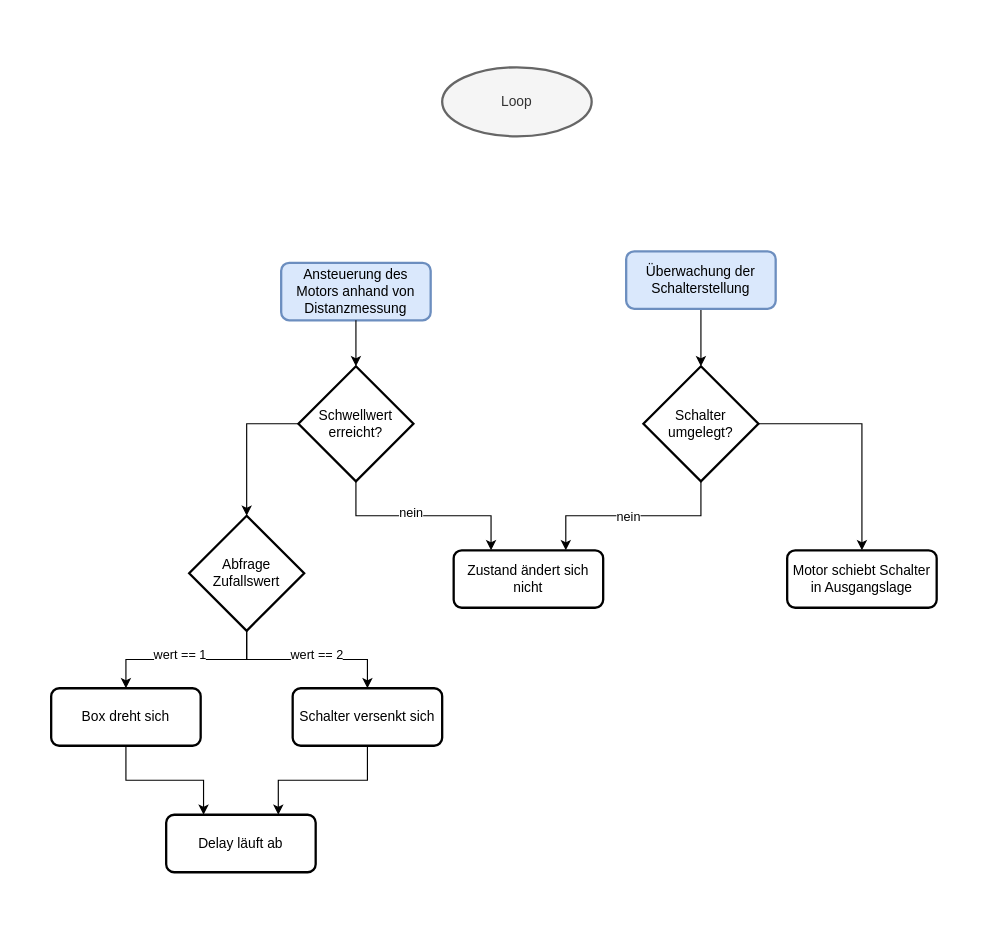
This is page "loop" (3 of 3) of doku/flowChart_useless.drawio from FyDucky/UselessBox, a draw.io file, before an edit. Source tidied: cells renumbered, new cells numbered last; positions are measured from the earlier drawing's top-left corner, leaving out a move shared by most shapes. Both pictures are drawn from the tidied source at 115%, with x=0, y=0 at pixel (51, 67).
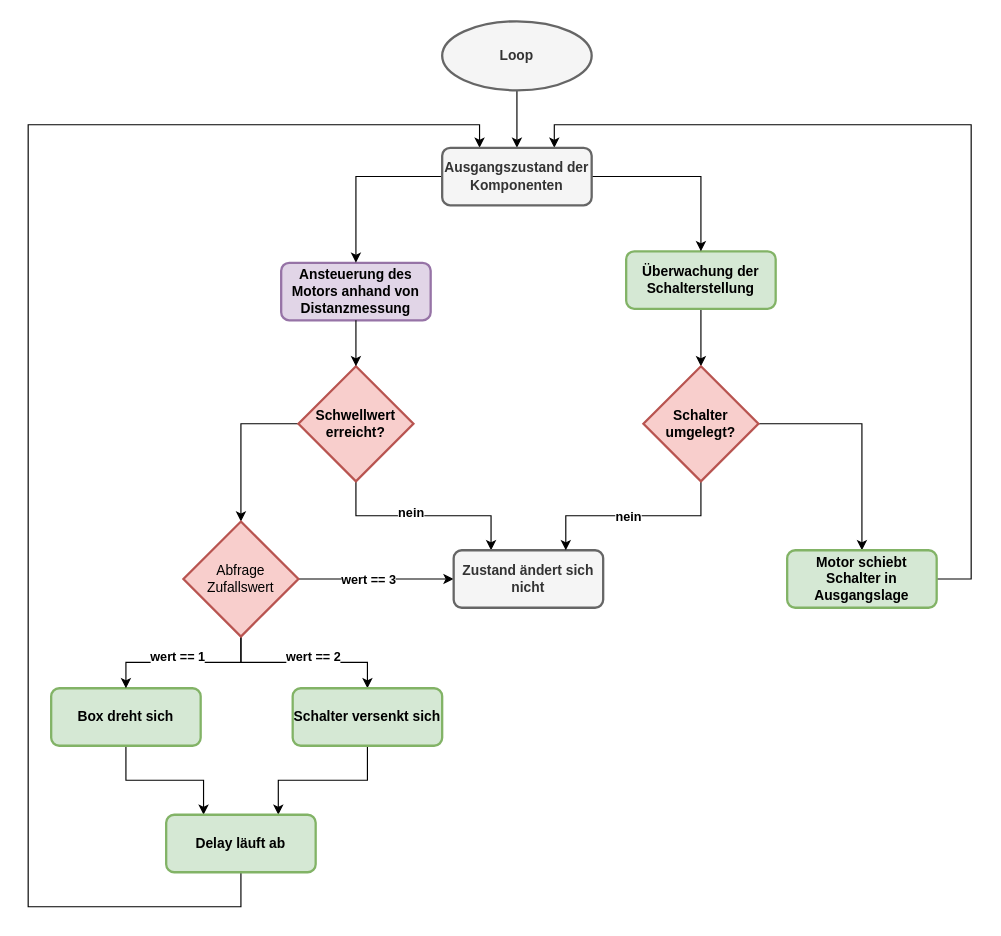
The same diagram, later.

Unchanged cells that the change refers to:
```xml
<mxCell id="6" style="edgeStyle=orthogonalEdgeStyle;rounded=0;jettySize=auto;html=1;exitX=0.5;exitY=1;exitDx=0;exitDy=0;exitPerimeter=0;entryX=0.25;entryY=0;entryDx=0;entryDy=0;" parent="1" edge="1" source="9" target="19">
  <mxGeometry relative="1" as="geometry" />
</mxCell>
<mxCell id="12" style="edgeStyle=orthogonalEdgeStyle;rounded=0;jettySize=auto;html=1;exitX=0.5;exitY=1;exitDx=0;exitDy=0;exitPerimeter=0;entryX=0.5;entryY=0;entryDx=0;entryDy=0;" parent="1" edge="1" source="16" target="11">
  <mxGeometry relative="1" as="geometry" />
</mxCell>
<mxCell id="14" style="edgeStyle=orthogonalEdgeStyle;rounded=0;jettySize=auto;html=1;exitX=0.5;exitY=1;exitDx=0;exitDy=0;exitPerimeter=0;" parent="1" edge="1" source="16" target="18">
  <mxGeometry relative="1" as="geometry" />
</mxCell>
<mxCell id="20" style="edgeStyle=orthogonalEdgeStyle;rounded=0;jettySize=auto;html=1;exitX=0.5;exitY=1;exitDx=0;exitDy=0;exitPerimeter=0;entryX=0.75;entryY=0;entryDx=0;entryDy=0;" parent="1" edge="1" source="23" target="19">
  <mxGeometry relative="1" as="geometry" />
</mxCell>
```

Change to the diagram source:
```diff
@@
+    <mxCell id="27" style="edgeStyle=orthogonalEdgeStyle;rounded=0;jettySize=auto;html=1;entryX=0.5;entryY=0;entryDx=0;entryDy=0;" parent="1" edge="1" source="2" target="34">
+      <mxGeometry relative="1" as="geometry" />
+    </mxCell>
-    <mxCell id="2" value="Loop" style="strokeWidth=2;html=1;shape=mxgraph.flowchart.start_1;whiteSpace=wrap;fillColor=#f5f5f5;fontColor=#333333;strokeColor=#666666;" parent="1" vertex="1">
-      <mxGeometry x="340" width="130" height="60" as="geometry" />
+    <mxCell id="2" value="&lt;b&gt;Loop&lt;/b&gt;" style="strokeWidth=2;html=1;shape=mxgraph.flowchart.start_1;whiteSpace=wrap;fillColor=#f5f5f5;fontColor=#333333;strokeColor=#666666;" parent="1" vertex="1">
+      <mxGeometry x="340" y="-40" width="130" height="60" as="geometry" />
     </mxCell>
-    <mxCell id="3" value="Ansteuerung des Motors anhand von Distanzmessung" style="rounded=1;whiteSpace=wrap;html=1;absoluteArcSize=1;arcSize=14;strokeWidth=2;fillColor=#dae8fc;strokeColor=#6c8ebf;" parent="1" vertex="1">
+    <mxCell id="3" value="&lt;b&gt;Ansteuerung des Motors anhand von Distanzmessung&lt;/b&gt;" style="rounded=1;whiteSpace=wrap;html=1;absoluteArcSize=1;arcSize=14;strokeWidth=2;fillColor=#e1d5e7;strokeColor=#9673a6;" parent="1" vertex="1">
       <mxGeometry x="200" y="170" width="130" height="50" as="geometry" />
     </mxCell>
@@
-    <mxCell id="5" value="Überwachung der Schalterstellung" style="rounded=1;whiteSpace=wrap;html=1;absoluteArcSize=1;arcSize=14;strokeWidth=2;fillColor=#dae8fc;strokeColor=#6c8ebf;" parent="1" vertex="1">
+    <mxCell id="5" value="&lt;b&gt;Überwachung der Schalterstellung&lt;/b&gt;" style="rounded=1;whiteSpace=wrap;html=1;absoluteArcSize=1;arcSize=14;strokeWidth=2;fillColor=#d5e8d4;strokeColor=#82b366;" parent="1" vertex="1">
       <mxGeometry x="500" y="160" width="130" height="50" as="geometry" />
     </mxCell>
@@
-    <mxCell id="7" value="nein" style="edgeLabel;html=1;align=center;verticalAlign=middle;" parent="6" vertex="1">
+    <mxCell id="7" value="nein" style="edgeLabel;html=1;align=center;verticalAlign=middle;fontStyle=1;" parent="6" vertex="1">
       <mxGeometry x="-0.13" y="3" relative="1" as="geometry" />
     </mxCell>
@@
-    <mxCell id="9" value="Schwellwert erreicht?" style="strokeWidth=2;html=1;shape=mxgraph.flowchart.decision;whiteSpace=wrap;" parent="1" vertex="1">
+    <mxCell id="9" value="&lt;b&gt;Schwellwert erreicht?&lt;/b&gt;" style="strokeWidth=2;html=1;shape=mxgraph.flowchart.decision;whiteSpace=wrap;fillColor=#f8cecc;strokeColor=#b85450;" parent="1" vertex="1">
       <mxGeometry x="215" y="260" width="100" height="100" as="geometry" />
     </mxCell>
@@
-    <mxCell id="11" value="Box dreht sich" style="rounded=1;whiteSpace=wrap;html=1;absoluteArcSize=1;arcSize=14;strokeWidth=2;" parent="1" vertex="1">
+    <mxCell id="11" value="&lt;b&gt;Box dreht sich&lt;/b&gt;" style="rounded=1;whiteSpace=wrap;html=1;absoluteArcSize=1;arcSize=14;strokeWidth=2;fillColor=#d5e8d4;strokeColor=#82b366;" parent="1" vertex="1">
       <mxGeometry y="540" width="130" height="50" as="geometry" />
     </mxCell>
@@
-    <mxCell id="13" value="wert == 1" style="edgeLabel;html=1;align=center;verticalAlign=middle;" parent="12" vertex="1">
+    <mxCell id="13" value="wert == 1" style="edgeLabel;html=1;align=center;verticalAlign=middle;fontStyle=1;" parent="12" vertex="1">
       <mxGeometry x="0.32" y="-1" relative="1" as="geometry">
         <mxPoint x="18" y="-4" as="offset" />
       </mxGeometry>
     </mxCell>
@@
-    <mxCell id="15" value="wert == 2" style="edgeLabel;html=1;align=center;verticalAlign=middle;" parent="14" vertex="1">
+    <mxCell id="15" value="wert == 2" style="edgeLabel;html=1;align=center;verticalAlign=middle;fontStyle=1;" parent="14" vertex="1">
       <mxGeometry x="0.05" y="-1" relative="1" as="geometry">
         <mxPoint x="4" y="-6" as="offset" />
       </mxGeometry>
     </mxCell>
+    <mxCell id="28" style="edgeStyle=orthogonalEdgeStyle;rounded=0;jettySize=auto;html=1;exitX=1;exitY=0.5;exitDx=0;exitDy=0;exitPerimeter=0;" parent="1" edge="1" source="16" target="19">
+      <mxGeometry relative="1" as="geometry" />
+    </mxCell>
+    <mxCell id="29" value="&lt;b&gt;wert == 3&lt;/b&gt;" style="edgeLabel;html=1;align=center;verticalAlign=middle;" parent="28" vertex="1">
+      <mxGeometry x="-0.26" y="3" relative="1" as="geometry">
+        <mxPoint x="10" y="3" as="offset" />
+      </mxGeometry>
+    </mxCell>
-    <mxCell id="16" value="Abfrage Zufallswert" style="strokeWidth=2;html=1;shape=mxgraph.flowchart.decision;whiteSpace=wrap;" parent="1" vertex="1">
-      <mxGeometry x="120" y="390" width="100" height="100" as="geometry" />
+    <mxCell id="16" value="Abfrage Zufallswert" style="strokeWidth=2;html=1;shape=mxgraph.flowchart.decision;whiteSpace=wrap;fillColor=#f8cecc;strokeColor=#b85450;" parent="1" vertex="1">
+      <mxGeometry x="115" y="395" width="100" height="100" as="geometry" />
     </mxCell>
@@
-    <mxCell id="18" value="Schalter versenkt sich" style="rounded=1;whiteSpace=wrap;html=1;absoluteArcSize=1;arcSize=14;strokeWidth=2;" parent="1" vertex="1">
+    <mxCell id="18" value="&lt;b&gt;Schalter versenkt sich&lt;/b&gt;" style="rounded=1;whiteSpace=wrap;html=1;absoluteArcSize=1;arcSize=14;strokeWidth=2;fillColor=#d5e8d4;strokeColor=#82b366;" parent="1" vertex="1">
       <mxGeometry x="210" y="540" width="130" height="50" as="geometry" />
     </mxCell>
-    <mxCell id="19" value="Zustand ändert sich nicht" style="rounded=1;whiteSpace=wrap;html=1;absoluteArcSize=1;arcSize=14;strokeWidth=2;" parent="1" vertex="1">
+    <mxCell id="19" value="&lt;b&gt;Zustand ändert sich nicht&lt;/b&gt;" style="rounded=1;whiteSpace=wrap;html=1;absoluteArcSize=1;arcSize=14;strokeWidth=2;fillColor=#f5f5f5;fontColor=#333333;strokeColor=#666666;" parent="1" vertex="1">
       <mxGeometry x="350" y="420" width="130" height="50" as="geometry" />
     </mxCell>
@@
-    <mxCell id="21" value="nein" style="edgeLabel;html=1;align=center;verticalAlign=middle;" parent="20" vertex="1">
+    <mxCell id="21" value="nein" style="edgeLabel;html=1;align=center;verticalAlign=middle;fontStyle=1;" parent="20" vertex="1">
       <mxGeometry x="0.06" relative="1" as="geometry" />
     </mxCell>
@@
-    <mxCell id="23" value="Schalter umgelegt?" style="strokeWidth=2;html=1;shape=mxgraph.flowchart.decision;whiteSpace=wrap;" parent="1" vertex="1">
+    <mxCell id="23" value="&lt;b&gt;Schalter umgelegt?&lt;/b&gt;" style="strokeWidth=2;html=1;shape=mxgraph.flowchart.decision;whiteSpace=wrap;fillColor=#f8cecc;strokeColor=#b85450;" parent="1" vertex="1">
       <mxGeometry x="515" y="260" width="100" height="100" as="geometry" />
     </mxCell>
+    <mxCell id="30" style="edgeStyle=orthogonalEdgeStyle;rounded=0;jettySize=auto;html=1;entryX=0.75;entryY=0;entryDx=0;entryDy=0;" parent="1" edge="1" source="24" target="34">
+      <mxGeometry relative="1" as="geometry">
+        <Array as="points">
+          <mxPoint x="800" y="445" />
+          <mxPoint x="800" y="50" />
+          <mxPoint x="438" y="50" />
+        </Array>
+      </mxGeometry>
+    </mxCell>
-    <mxCell id="24" value="Motor schiebt Schalter in Ausgangslage" style="rounded=1;whiteSpace=wrap;html=1;absoluteArcSize=1;arcSize=14;strokeWidth=2;" parent="1" vertex="1">
+    <mxCell id="24" value="&lt;b&gt;Motor schiebt Schalter in Ausgangslage&lt;/b&gt;" style="rounded=1;whiteSpace=wrap;html=1;absoluteArcSize=1;arcSize=14;strokeWidth=2;fillColor=#d5e8d4;strokeColor=#82b366;" parent="1" vertex="1">
       <mxGeometry x="640" y="420" width="130" height="50" as="geometry" />
     </mxCell>
@@
+    <mxCell id="31" style="edgeStyle=orthogonalEdgeStyle;rounded=0;jettySize=auto;html=1;entryX=0.25;entryY=0;entryDx=0;entryDy=0;exitX=0.5;exitY=1;exitDx=0;exitDy=0;" parent="1" edge="1" source="26" target="34">
+      <mxGeometry relative="1" as="geometry">
+        <Array as="points">
+          <mxPoint x="165" y="730" />
+          <mxPoint x="-20" y="730" />
+          <mxPoint x="-20" y="50" />
+          <mxPoint x="373" y="50" />
+        </Array>
+      </mxGeometry>
+    </mxCell>
-    <mxCell id="26" value="Delay läuft ab" style="rounded=1;whiteSpace=wrap;html=1;absoluteArcSize=1;arcSize=14;strokeWidth=2;" parent="1" vertex="1">
+    <mxCell id="26" value="&lt;b&gt;Delay läuft ab&lt;/b&gt;" style="rounded=1;whiteSpace=wrap;html=1;absoluteArcSize=1;arcSize=14;strokeWidth=2;fillColor=#d5e8d4;strokeColor=#82b366;" parent="1" vertex="1">
       <mxGeometry x="100" y="650" width="130" height="50" as="geometry" />
     </mxCell>
+    <mxCell id="32" style="edgeStyle=orthogonalEdgeStyle;rounded=0;jettySize=auto;html=1;entryX=0.5;entryY=0;entryDx=0;entryDy=0;" parent="1" edge="1" source="34" target="3">
+      <mxGeometry relative="1" as="geometry" />
+    </mxCell>
+    <mxCell id="33" style="edgeStyle=orthogonalEdgeStyle;rounded=0;jettySize=auto;html=1;exitX=1;exitY=0.5;exitDx=0;exitDy=0;entryX=0.5;entryY=0;entryDx=0;entryDy=0;" parent="1" edge="1" source="34" target="5">
+      <mxGeometry relative="1" as="geometry" />
+    </mxCell>
+    <mxCell id="34" value="&lt;b&gt;Ausgangszustand der Komponenten&lt;/b&gt;" style="rounded=1;whiteSpace=wrap;html=1;absoluteArcSize=1;arcSize=14;strokeWidth=2;fillColor=#f5f5f5;strokeColor=#666666;fontColor=#333333;" parent="1" vertex="1">
+      <mxGeometry x="340" y="70" width="130" height="50" as="geometry" />
+    </mxCell>
```
